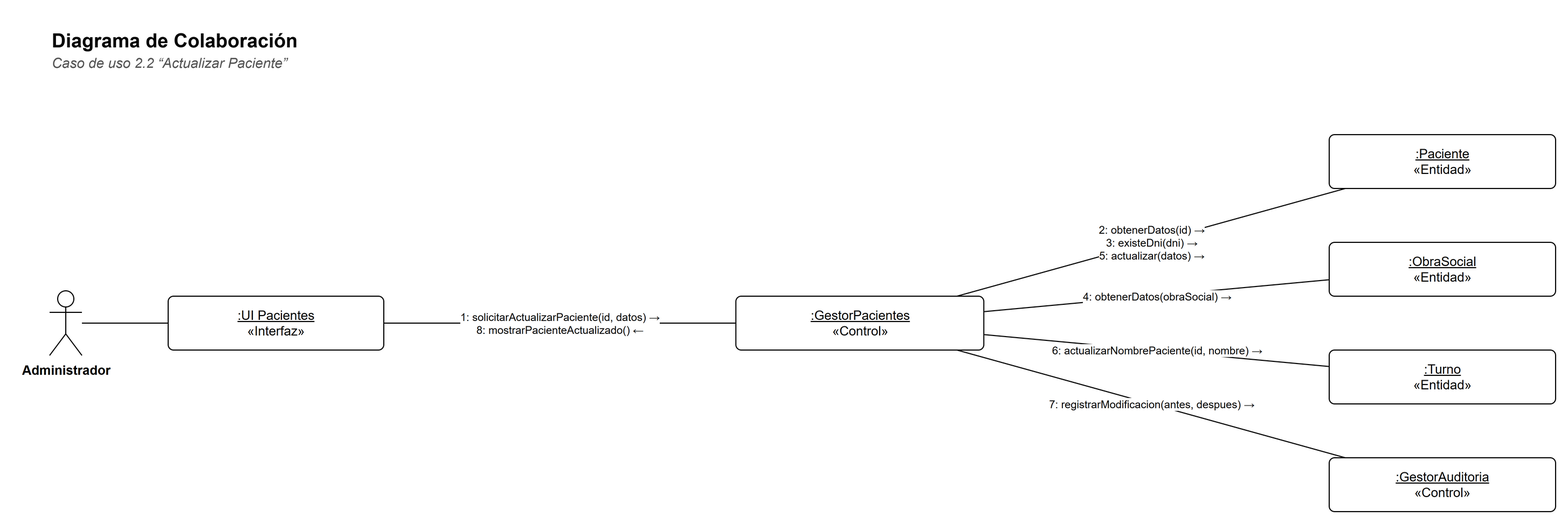
The draw.io diagram docs/diagramas/colaboracion-2-2.png in Matiglorioso/kineturnos, before a commit. Source tidied: cells renumbered, new cells last; positions are measured from the earlier drawing's top-left corner, leaving out a move shared by most shapes.
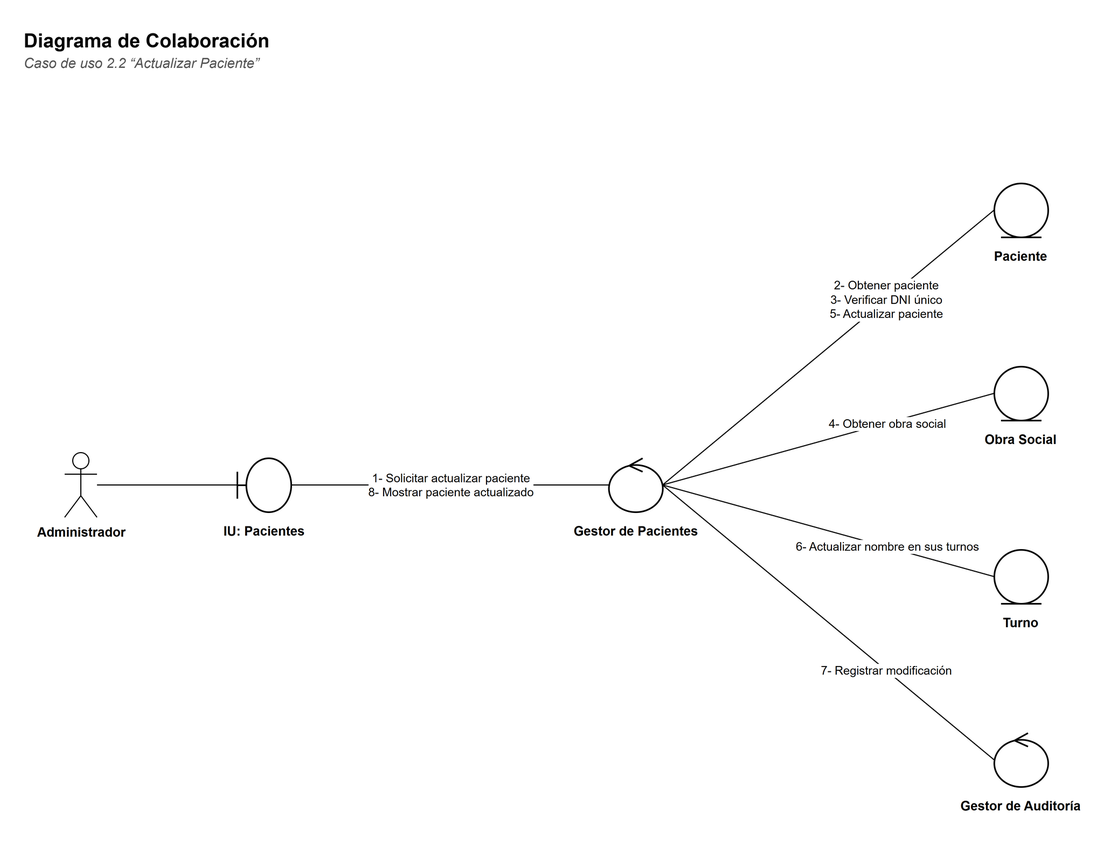
After the commit.

The edit, as a diff of the source:
```diff
@@ -9,43 +9,61 @@
       <mxGeometry y="24" width="900" height="20" as="geometry" />
     </mxCell>
     <mxCell id="4" value="Administrador" style="shape=umlActor;verticalLabelPosition=bottom;verticalAlign=top;html=1;outlineConnect=0;fillColor=#FFFFFF;strokeColor=#000000;fontFamily=Helvetica;fontSize=12;fontStyle=1;" parent="1" vertex="1">
-      <mxGeometry y="250" width="30" height="60" as="geometry" />
+      <mxGeometry x="40" y="400" width="30" height="60" as="geometry" />
     </mxCell>
-    <mxCell id="5" value="&lt;u&gt;:UI Pacientes&lt;/u&gt;&lt;br&gt;«Interfaz»" style="rounded=0;whiteSpace=wrap;html=1;fillColor=#FFFFFF;strokeColor=#000000;fontFamily=Helvetica;fontSize=12;rounded=1;arcSize=10;" parent="1" vertex="1">
-      <mxGeometry x="110" y="255" width="200" height="50" as="geometry" />
+    <mxCell id="5" style="shape=umlBoundary;html=1;fillColor=#FFFFFF;strokeColor=#000000;strokeWidth=1.5;" parent="1" vertex="1">
+      <mxGeometry x="200" y="405" width="50" height="50" as="geometry" />
     </mxCell>
-    <mxCell id="6" value="&lt;u&gt;:GestorPacientes&lt;/u&gt;&lt;br&gt;«Control»" style="rounded=0;whiteSpace=wrap;html=1;fillColor=#FFFFFF;strokeColor=#000000;fontFamily=Helvetica;fontSize=12;rounded=1;arcSize=10;" parent="1" vertex="1">
-      <mxGeometry x="636.6" y="255" width="230" height="50" as="geometry" />
+    <mxCell id="6" value="&lt;b&gt;IU: Pacientes&lt;/b&gt;" style="text;html=1;strokeColor=none;fillColor=none;align=left;verticalAlign=top;whiteSpace=wrap;fontFamily=Helvetica;align=center;fontSize=12;" parent="1" vertex="1">
+      <mxGeometry x="160" y="459" width="130" height="40" as="geometry" />
     </mxCell>
-    <mxCell id="7" value="&lt;u&gt;:Paciente&lt;/u&gt;&lt;br&gt;«Entidad»" style="rounded=0;whiteSpace=wrap;html=1;fillColor=#FFFFFF;strokeColor=#000000;fontFamily=Helvetica;fontSize=12;rounded=1;arcSize=10;" parent="1" vertex="1">
-      <mxGeometry x="1187" y="105" width="210" height="50" as="geometry" />
+    <mxCell id="7" style="shape=umlControl;html=1;fillColor=#FFFFFF;strokeColor=#000000;strokeWidth=1.5;" parent="1" vertex="1">
+      <mxGeometry x="544.8" y="405" width="50" height="50" as="geometry" />
     </mxCell>
-    <mxCell id="8" value="&lt;u&gt;:ObraSocial&lt;/u&gt;&lt;br&gt;«Entidad»" style="rounded=0;whiteSpace=wrap;html=1;fillColor=#FFFFFF;strokeColor=#000000;fontFamily=Helvetica;fontSize=12;rounded=1;arcSize=10;" parent="1" vertex="1">
-      <mxGeometry x="1187" y="205" width="210" height="50" as="geometry" />
+    <mxCell id="8" value="&lt;b&gt;Gestor de Pacientes&lt;/b&gt;" style="text;html=1;strokeColor=none;fillColor=none;align=left;verticalAlign=top;whiteSpace=wrap;fontFamily=Helvetica;align=center;fontSize=12;" parent="1" vertex="1">
+      <mxGeometry x="504.8" y="459" width="130" height="40" as="geometry" />
     </mxCell>
-    <mxCell id="9" value="&lt;u&gt;:Turno&lt;/u&gt;&lt;br&gt;«Entidad»" style="rounded=0;whiteSpace=wrap;html=1;fillColor=#FFFFFF;strokeColor=#000000;fontFamily=Helvetica;fontSize=12;rounded=1;arcSize=10;" parent="1" vertex="1">
-      <mxGeometry x="1187" y="305" width="210" height="50" as="geometry" />
+    <mxCell id="9" style="shape=umlEntity;html=1;fillColor=#FFFFFF;strokeColor=#000000;strokeWidth=1.5;" parent="1" vertex="1">
+      <mxGeometry x="902.4" y="150" width="50" height="50" as="geometry" />
     </mxCell>
-    <mxCell id="10" value="&lt;u&gt;:GestorAuditoria&lt;/u&gt;&lt;br&gt;«Control»" style="rounded=0;whiteSpace=wrap;html=1;fillColor=#FFFFFF;strokeColor=#000000;fontFamily=Helvetica;fontSize=12;rounded=1;arcSize=10;" parent="1" vertex="1">
-      <mxGeometry x="1187" y="405" width="210" height="50" as="geometry" />
+    <mxCell id="10" value="&lt;b&gt;Paciente&lt;/b&gt;" style="text;html=1;strokeColor=none;fillColor=none;align=left;verticalAlign=top;whiteSpace=wrap;fontFamily=Helvetica;align=center;fontSize=12;" parent="1" vertex="1">
+      <mxGeometry x="862.4" y="204" width="130" height="40" as="geometry" />
     </mxCell>
-    <mxCell id="11" style="edgeStyle=none;html=1;endArrow=none;endFill=0;strokeColor=#000000;fontFamily=Helvetica;fontSize=11;labelBackgroundColor=#FFFFFF;" parent="1" edge="1" source="4" target="5">
-      <mxGeometry relative="1" as="geometry" />
+    <mxCell id="11" style="shape=umlEntity;html=1;fillColor=#FFFFFF;strokeColor=#000000;strokeWidth=1.5;" parent="1" vertex="1">
+      <mxGeometry x="902.4" y="320" width="50" height="50" as="geometry" />
     </mxCell>
-    <mxCell id="12" value="1: solicitarActualizarPaciente(id, datos) →&lt;br&gt;8: mostrarPacienteActualizado() ←" style="edgeStyle=none;html=1;endArrow=none;endFill=0;strokeColor=#000000;fontFamily=Helvetica;fontSize=11;labelBackgroundColor=#FFFFFF;fontSize=10;" parent="1" edge="1" source="6" target="5">
-      <mxGeometry relative="1" as="geometry" />
+    <mxCell id="12" value="&lt;b&gt;Obra Social&lt;/b&gt;" style="text;html=1;strokeColor=none;fillColor=none;align=left;verticalAlign=top;whiteSpace=wrap;fontFamily=Helvetica;align=center;fontSize=12;" parent="1" vertex="1">
+      <mxGeometry x="862.4" y="374" width="130" height="40" as="geometry" />
     </mxCell>
-    <mxCell id="13" value="2: obtenerDatos(id) →&lt;br&gt;3: existeDni(dni) →&lt;br&gt;5: actualizar(datos) →" style="edgeStyle=none;html=1;endArrow=none;endFill=0;strokeColor=#000000;fontFamily=Helvetica;fontSize=11;labelBackgroundColor=#FFFFFF;fontSize=10;" parent="1" edge="1" source="7" target="6">
-      <mxGeometry relative="1" as="geometry" />
+    <mxCell id="13" style="shape=umlEntity;html=1;fillColor=#FFFFFF;strokeColor=#000000;strokeWidth=1.5;" parent="1" vertex="1">
+      <mxGeometry x="902.4" y="490" width="50" height="50" as="geometry" />
     </mxCell>
-    <mxCell id="14" value="4: obtenerDatos(obraSocial) →" style="edgeStyle=none;html=1;endArrow=none;endFill=0;strokeColor=#000000;fontFamily=Helvetica;fontSize=11;labelBackgroundColor=#FFFFFF;fontSize=10;" parent="1" edge="1" source="8" target="6">
-      <mxGeometry relative="1" as="geometry" />
+    <mxCell id="14" value="&lt;b&gt;Turno&lt;/b&gt;" style="text;html=1;strokeColor=none;fillColor=none;align=left;verticalAlign=top;whiteSpace=wrap;fontFamily=Helvetica;align=center;fontSize=12;" parent="1" vertex="1">
+      <mxGeometry x="862.4" y="544" width="130" height="40" as="geometry" />
     </mxCell>
-    <mxCell id="15" value="6: actualizarNombrePaciente(id, nombre) →" style="edgeStyle=none;html=1;endArrow=none;endFill=0;strokeColor=#000000;fontFamily=Helvetica;fontSize=11;labelBackgroundColor=#FFFFFF;fontSize=10;" parent="1" edge="1" source="9" target="6">
-      <mxGeometry relative="1" as="geometry" />
+    <mxCell id="15" style="shape=umlControl;html=1;fillColor=#FFFFFF;strokeColor=#000000;strokeWidth=1.5;" parent="1" vertex="1">
+      <mxGeometry x="902.4" y="660" width="50" height="50" as="geometry" />
     </mxCell>
-    <mxCell id="16" value="7: registrarModificacion(antes, despues) →" style="edgeStyle=none;html=1;endArrow=none;endFill=0;strokeColor=#000000;fontFamily=Helvetica;fontSize=11;labelBackgroundColor=#FFFFFF;fontSize=10;" parent="1" edge="1" source="10" target="6">
-      <mxGeometry relative="1" as="geometry" />
+    <mxCell id="16" value="&lt;b&gt;Gestor de Auditoría&lt;/b&gt;" style="text;html=1;strokeColor=none;fillColor=none;align=left;verticalAlign=top;whiteSpace=wrap;fontFamily=Helvetica;align=center;fontSize=12;" parent="1" vertex="1">
+      <mxGeometry x="862.4" y="714" width="130" height="40" as="geometry" />
     </mxCell>
+    <mxCell id="17" style="edgeStyle=none;html=1;endArrow=none;endFill=0;strokeColor=#000000;fontFamily=Helvetica;fontSize=11;labelBackgroundColor=#FFFFFF;" parent="1" edge="1" source="4" target="5">
+      <mxGeometry relative="1" as="geometry" />
+    </mxCell>
+    <mxCell id="18" value="1- Solicitar actualizar paciente&lt;br&gt;8- Mostrar paciente actualizado" style="edgeStyle=none;html=1;endArrow=none;endFill=0;strokeColor=#000000;fontFamily=Helvetica;fontSize=11;labelBackgroundColor=#FFFFFF;fontSize=11;exitX=1;exitY=0.5;exitDx=0;exitDy=0;entryX=0;entryY=0.5;entryDx=0;entryDy=0;" parent="1" edge="1" source="5" target="7">
+      <mxGeometry relative="1" as="geometry" />
+    </mxCell>
+    <mxCell id="19" value="2- Obtener paciente&lt;br&gt;3- Verificar DNI único&lt;br&gt;5- Actualizar paciente" style="edgeStyle=none;html=1;endArrow=none;endFill=0;strokeColor=#000000;fontFamily=Helvetica;fontSize=11;labelBackgroundColor=#FFFFFF;fontSize=11;exitX=1;exitY=0.5;exitDx=0;exitDy=0;entryX=0;entryY=0.5;entryDx=0;entryDy=0;" parent="1" edge="1" source="7" target="9">
+      <mxGeometry x="0.35" relative="1" as="geometry" />
+    </mxCell>
+    <mxCell id="20" value="4- Obtener obra social" style="edgeStyle=none;html=1;endArrow=none;endFill=0;strokeColor=#000000;fontFamily=Helvetica;fontSize=11;labelBackgroundColor=#FFFFFF;fontSize=11;exitX=1;exitY=0.5;exitDx=0;exitDy=0;entryX=0;entryY=0.5;entryDx=0;entryDy=0;" parent="1" edge="1" source="7" target="11">
+      <mxGeometry x="0.35" relative="1" as="geometry" />
+    </mxCell>
+    <mxCell id="21" value="6- Actualizar nombre en sus turnos" style="edgeStyle=none;html=1;endArrow=none;endFill=0;strokeColor=#000000;fontFamily=Helvetica;fontSize=11;labelBackgroundColor=#FFFFFF;fontSize=11;exitX=1;exitY=0.5;exitDx=0;exitDy=0;entryX=0;entryY=0.5;entryDx=0;entryDy=0;" parent="1" edge="1" source="7" target="13">
+      <mxGeometry x="0.35" relative="1" as="geometry" />
+    </mxCell>
+    <mxCell id="22" value="7- Registrar modificación" style="edgeStyle=none;html=1;endArrow=none;endFill=0;strokeColor=#000000;fontFamily=Helvetica;fontSize=11;labelBackgroundColor=#FFFFFF;fontSize=11;exitX=1;exitY=0.5;exitDx=0;exitDy=0;entryX=0;entryY=0.5;entryDx=0;entryDy=0;" parent="1" edge="1" source="7" target="15">
+      <mxGeometry x="0.35" relative="1" as="geometry" />
+    </mxCell>
   </root>
 </mxGraphModel>
```
